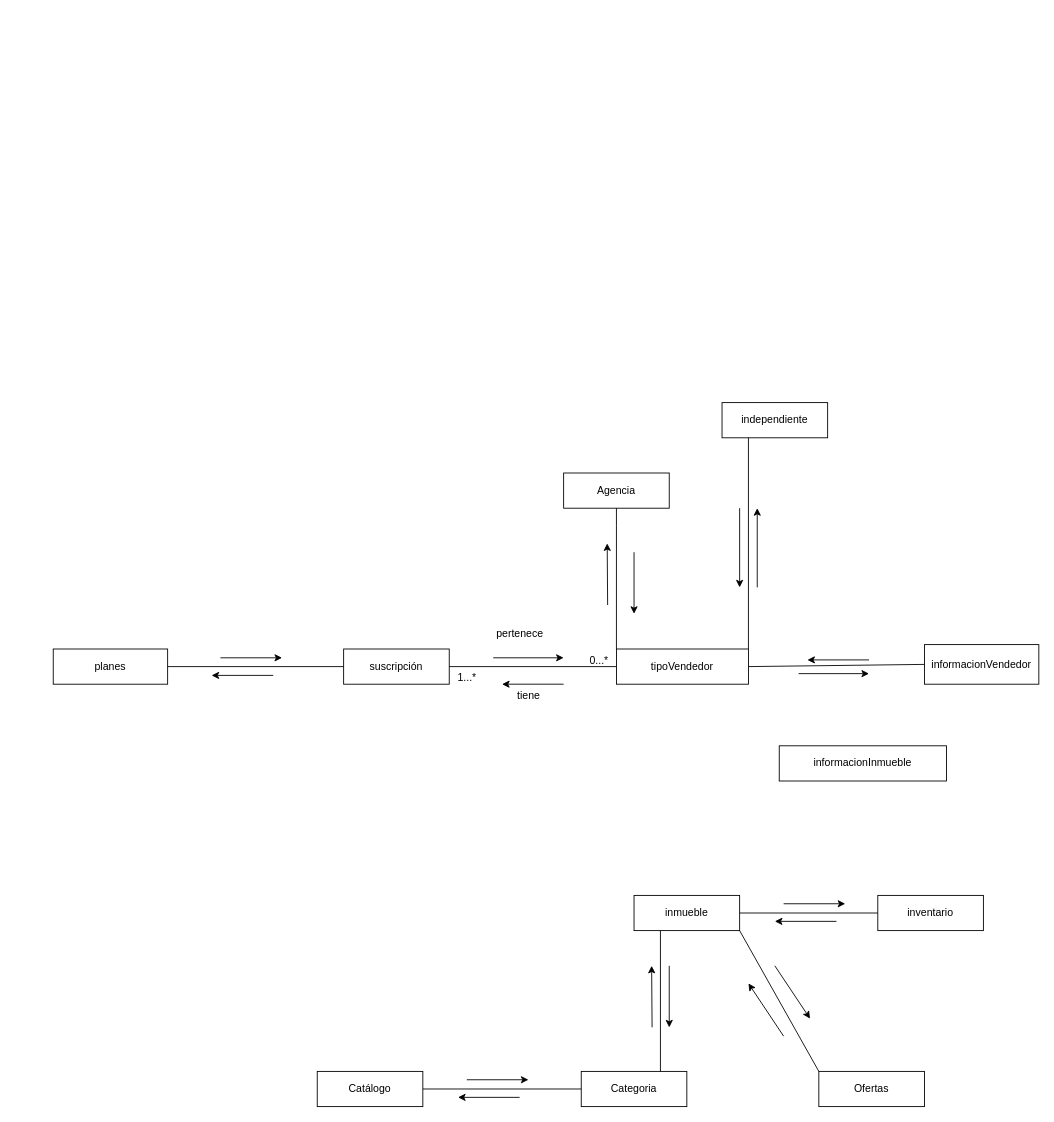
Earlier version of the draw.io diagram page "ModeloDominioAnemico" (2 of 2) of CatalogoPropiedades_Diseño.drawio (M4rced/ExtraClassDOO). Source tidied: cells renumbered, new cells numbered last; positions are measured from the earlier drawing's top-left corner, leaving out a move shared by most shapes. Both pictures are drawn from the tidied source at 88%, with x=0, y=0 at pixel (53, 402).
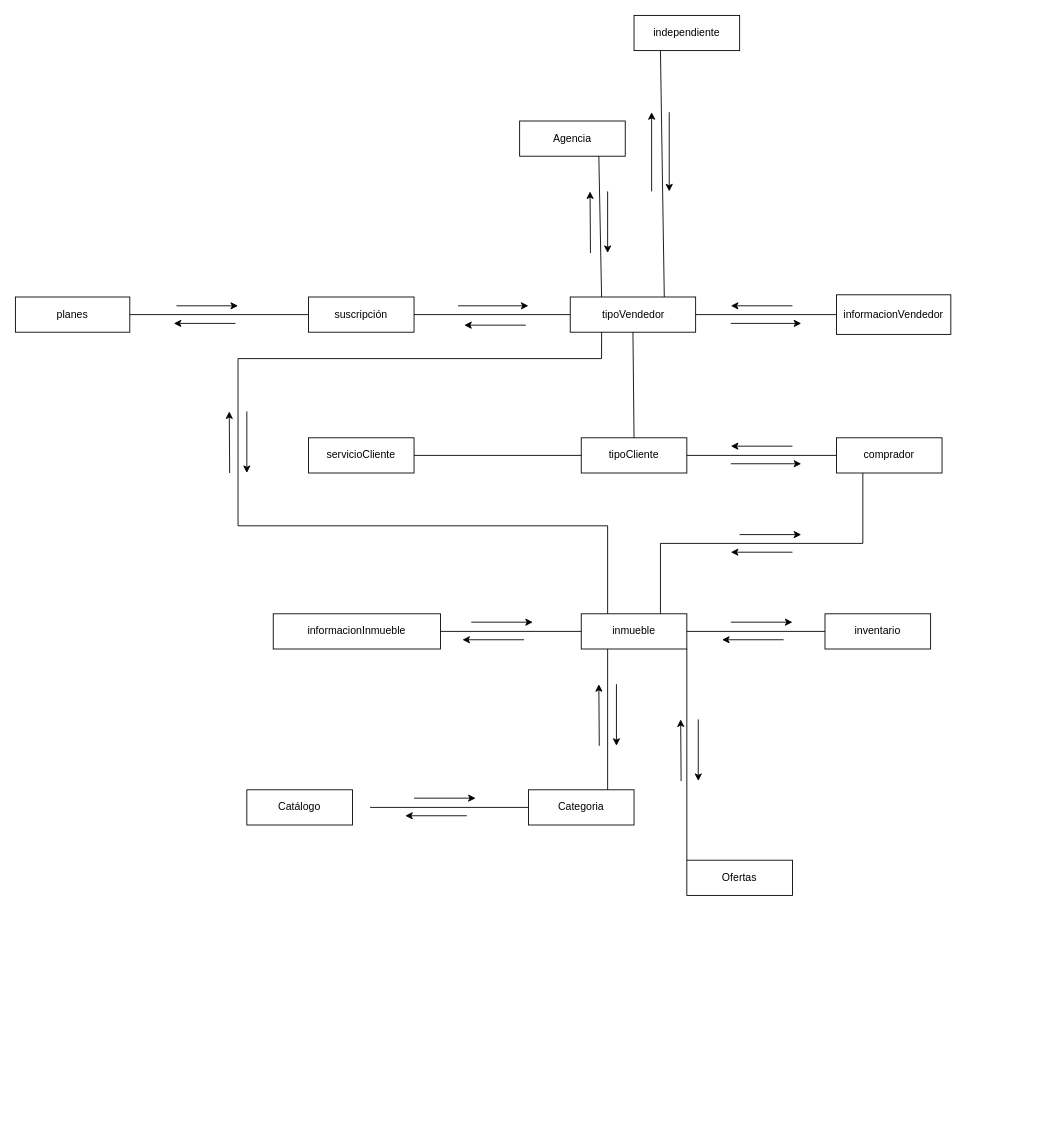
The same diagram, later.

Diff of the diagram source:
```diff
@@
     <mxCell id="2" value="Catálogo" style="rounded=0;whiteSpace=wrap;html=1;" parent="1" vertex="1">
-      <mxGeometry x="300" y="760" width="120" height="40" as="geometry" />
+      <mxGeometry x="220" y="440" width="120" height="40" as="geometry" />
     </mxCell>
     <mxCell id="3" value="Categoria" style="rounded=0;whiteSpace=wrap;html=1;" parent="1" vertex="1">
-      <mxGeometry x="600" y="760" width="120" height="40" as="geometry" />
+      <mxGeometry x="540" y="440" width="120" height="40" as="geometry" />
     </mxCell>
     <mxCell id="4" value="tipoVendedor" style="rounded=0;whiteSpace=wrap;html=1;" parent="1" vertex="1">
-      <mxGeometry x="640" y="280" width="150" height="40" as="geometry" />
+      <mxGeometry x="587.5" y="-120" width="142.5" height="40" as="geometry" />
     </mxCell>
     <mxCell id="5" value="Ofertas" style="rounded=0;whiteSpace=wrap;html=1;" parent="1" vertex="1">
-      <mxGeometry x="870" y="760" width="120" height="40" as="geometry" />
+      <mxGeometry x="720" y="520" width="120" height="40" as="geometry" />
     </mxCell>
     <mxCell id="6" value="inventario" style="rounded=0;whiteSpace=wrap;html=1;" parent="1" vertex="1">
-      <mxGeometry x="937" y="560" width="120" height="40" as="geometry" />
+      <mxGeometry x="877" y="240" width="120" height="40" as="geometry" />
     </mxCell>
     <mxCell id="7" value="suscripción" style="rounded=0;whiteSpace=wrap;html=1;" parent="1" vertex="1">
-      <mxGeometry x="330" y="280" width="120" height="40" as="geometry" />
+      <mxGeometry x="290" y="-120" width="120" height="40" as="geometry" />
     </mxCell>
     <mxCell id="8" value="planes" style="rounded=0;whiteSpace=wrap;html=1;" parent="1" vertex="1">
-      <mxGeometry y="280" width="130" height="40" as="geometry" />
+      <mxGeometry x="-43" y="-120" width="130" height="40" as="geometry" />
     </mxCell>
     <mxCell id="9" value="informacionVendedor" style="rounded=0;whiteSpace=wrap;html=1;" parent="1" vertex="1">
-      <mxGeometry x="990" y="275" width="130" height="45" as="geometry" />
+      <mxGeometry x="890" y="-122.5" width="130" height="45" as="geometry" />
     </mxCell>
+    <mxCell id="45" style="edgeStyle=orthogonalEdgeStyle;rounded=0;jettySize=auto;html=1;exitX=0.25;exitY=0;exitDx=0;exitDy=0;entryX=0.25;entryY=1;entryDx=0;entryDy=0;endArrow=none;endFill=0;" parent="1" edge="1" source="10" target="4">
+      <mxGeometry relative="1" as="geometry">
+        <Array as="points">
+          <mxPoint x="630" y="140" />
+          <mxPoint x="210" y="140" />
+          <mxPoint x="210" y="-50" />
+          <mxPoint x="623" y="-50" />
+        </Array>
+      </mxGeometry>
+    </mxCell>
+    <mxCell id="46" style="edgeStyle=orthogonalEdgeStyle;rounded=0;jettySize=auto;html=1;exitX=0.75;exitY=0;exitDx=0;exitDy=0;entryX=0.25;entryY=1;entryDx=0;entryDy=0;endArrow=none;endFill=0;" parent="1" edge="1" source="10" target="53">
+      <mxGeometry relative="1" as="geometry">
+        <Array as="points">
+          <mxPoint x="690" y="160" />
+          <mxPoint x="920" y="160" />
+        </Array>
+      </mxGeometry>
+    </mxCell>
     <mxCell id="10" value="inmueble" style="rounded=0;whiteSpace=wrap;html=1;" parent="1" vertex="1">
-      <mxGeometry x="660" y="560" width="120" height="40" as="geometry" />
+      <mxGeometry x="600" y="240" width="120" height="40" as="geometry" />
     </mxCell>
@@
     <mxCell id="12" value="Agencia" style="rounded=0;whiteSpace=wrap;html=1;" parent="1" vertex="1">
-      <mxGeometry x="580" y="80" width="120" height="40" as="geometry" />
+      <mxGeometry x="530" y="-320" width="120" height="40" as="geometry" />
     </mxCell>
     <mxCell id="13" value="independiente" style="rounded=0;whiteSpace=wrap;html=1;" parent="1" vertex="1">
-      <mxGeometry x="760" width="120" height="40" as="geometry" />
+      <mxGeometry x="660" y="-440" width="120" height="40" as="geometry" />
     </mxCell>
-    <mxCell id="14" style="endArrow=none;html=1;rounded=0;exitX=0;exitY=0;exitDx=0;exitDy=0;entryX=0.5;entryY=1;entryDx=0;entryDy=0;" parent="1" edge="1" source="4" target="12">
-      <mxGeometry relative="1" as="geometry">
-        <Array as="points">
-          <mxPoint x="640" y="140" />
-        </Array>
-      </mxGeometry>
-    </mxCell>
-    <mxCell id="15" style="endArrow=none;html=1;rounded=0;exitX=1;exitY=0;exitDx=0;exitDy=0;entryX=0.25;entryY=1;entryDx=0;entryDy=0;" parent="1" edge="1" source="4" target="13">
+    <mxCell id="15" style="endArrow=none;html=1;rounded=0;exitX=0.75;exitY=0;exitDx=0;exitDy=0;entryX=0.25;entryY=1;entryDx=0;entryDy=0;" parent="1" edge="1" source="4" target="13">
       <mxGeometry relative="1" as="geometry" />
     </mxCell>
-    <mxCell id="16" style="endArrow=none;html=1;rounded=0;entryX=0;entryY=0.5;entryDx=0;entryDy=0;exitX=1;exitY=0.5;exitDx=0;exitDy=0;" parent="1" edge="1" source="7" target="4">
-      <mxGeometry relative="1" as="geometry" />
-    </mxCell>
@@
     <mxCell id="18" style="endArrow=classic;html=1;rounded=0;" parent="1" edge="1">
       <mxGeometry relative="1" as="geometry">
-        <mxPoint x="630" y="230" as="sourcePoint" />
-        <mxPoint x="629.5" y="160" as="targetPoint" />
+        <mxPoint x="610.5" y="-170" as="sourcePoint" />
+        <mxPoint x="610" y="-240" as="targetPoint" />
       </mxGeometry>
     </mxCell>
     <mxCell id="19" style="endArrow=classic;html=1;rounded=0;" parent="1" edge="1">
       <mxGeometry relative="1" as="geometry">
-        <mxPoint x="700" y="640" as="sourcePoint" />
-        <mxPoint x="700" y="710" as="targetPoint" />
+        <mxPoint x="640" y="320" as="sourcePoint" />
+        <mxPoint x="640" y="390" as="targetPoint" />
       </mxGeometry>
     </mxCell>
     <mxCell id="20" style="endArrow=classic;html=1;rounded=0;" parent="1" edge="1">
       <mxGeometry relative="1" as="geometry">
-        <mxPoint x="800" y="210" as="sourcePoint" />
-        <mxPoint x="800" y="120" as="targetPoint" />
+        <mxPoint x="680" y="-240" as="sourcePoint" />
+        <mxPoint x="680" y="-330" as="targetPoint" />
       </mxGeometry>
     </mxCell>
     <mxCell id="21" style="endArrow=classic;html=1;rounded=0;" parent="1" edge="1">
       <mxGeometry relative="1" as="geometry">
-        <mxPoint x="780" y="120" as="sourcePoint" />
-        <mxPoint x="780" y="210" as="targetPoint" />
+        <mxPoint x="700" y="-330" as="sourcePoint" />
+        <mxPoint x="700" y="-240" as="targetPoint" />
       </mxGeometry>
     </mxCell>
     <mxCell id="22" style="endArrow=classic;html=1;rounded=0;" parent="1" edge="1">
       <mxGeometry relative="1" as="geometry">
-        <mxPoint x="500" y="290" as="sourcePoint" />
-        <mxPoint x="580" y="290" as="targetPoint" />
+        <mxPoint x="460" y="-110" as="sourcePoint" />
+        <mxPoint x="540" y="-110" as="targetPoint" />
       </mxGeometry>
     </mxCell>
     <mxCell id="23" style="endArrow=classic;html=1;rounded=0;" parent="1" edge="1">
       <mxGeometry relative="1" as="geometry">
-        <mxPoint x="927" y="292.4" as="sourcePoint" />
-        <mxPoint x="857" y="292.4" as="targetPoint" />
+        <mxPoint x="840" y="-110" as="sourcePoint" />
+        <mxPoint x="770" y="-110" as="targetPoint" />
         <Array as="points">
-          <mxPoint x="927" y="292.4" />
+          <mxPoint x="840" y="-110" />
         </Array>
       </mxGeometry>
     </mxCell>
     <mxCell id="24" style="endArrow=classic;html=1;rounded=0;" parent="1" edge="1">
       <mxGeometry relative="1" as="geometry">
-        <mxPoint x="190" y="290" as="sourcePoint" />
-        <mxPoint x="260" y="290" as="targetPoint" />
+        <mxPoint x="140" y="-110" as="sourcePoint" />
+        <mxPoint x="210" y="-110" as="targetPoint" />
       </mxGeometry>
     </mxCell>
     <mxCell id="25" style="endArrow=classic;html=1;rounded=0;" parent="1" edge="1">
       <mxGeometry relative="1" as="geometry">
-        <mxPoint x="250" y="310" as="sourcePoint" />
-        <mxPoint x="180" y="310" as="targetPoint" />
+        <mxPoint x="207" y="-90" as="sourcePoint" />
+        <mxPoint x="137" y="-90" as="targetPoint" />
       </mxGeometry>
     </mxCell>
     <mxCell id="26" style="endArrow=none;html=1;rounded=0;entryX=0;entryY=0.5;entryDx=0;entryDy=0;" parent="1" edge="1" target="6">
       <mxGeometry relative="1" as="geometry">
-        <mxPoint x="780" y="580" as="sourcePoint" />
+        <mxPoint x="720" y="260" as="sourcePoint" />
       </mxGeometry>
     </mxCell>
     <mxCell id="27" style="endArrow=none;html=1;rounded=0;entryX=0;entryY=0.5;entryDx=0;entryDy=0;" parent="1" edge="1" target="3">
       <mxGeometry relative="1" as="geometry">
-        <mxPoint x="420" y="780" as="sourcePoint" />
+        <mxPoint x="360" y="460" as="sourcePoint" />
       </mxGeometry>
     </mxCell>
     <mxCell id="28" style="endArrow=classic;html=1;rounded=0;" parent="1" edge="1">
       <mxGeometry relative="1" as="geometry">
-        <mxPoint x="470" y="769.5" as="sourcePoint" />
-        <mxPoint x="540" y="769.5" as="targetPoint" />
+        <mxPoint x="410" y="449.5" as="sourcePoint" />
+        <mxPoint x="480" y="449.5" as="targetPoint" />
       </mxGeometry>
     </mxCell>
     <mxCell id="29" style="endArrow=classic;html=1;rounded=0;" parent="1" edge="1">
       <mxGeometry relative="1" as="geometry">
-        <mxPoint x="530" y="789.5" as="sourcePoint" />
-        <mxPoint x="460" y="789.5" as="targetPoint" />
+        <mxPoint x="470" y="469.5" as="sourcePoint" />
+        <mxPoint x="400" y="469.5" as="targetPoint" />
       </mxGeometry>
     </mxCell>
     <mxCell id="30" style="endArrow=classic;html=1;rounded=0;" parent="1" edge="1">
       <mxGeometry relative="1" as="geometry">
-        <mxPoint x="680.5" y="710" as="sourcePoint" />
-        <mxPoint x="680" y="640" as="targetPoint" />
+        <mxPoint x="620.5" y="390" as="sourcePoint" />
+        <mxPoint x="620" y="320" as="targetPoint" />
       </mxGeometry>
     </mxCell>
     <mxCell id="31" style="endArrow=classic;html=1;rounded=0;" parent="1" edge="1">
       <mxGeometry relative="1" as="geometry">
-        <mxPoint x="660" y="170" as="sourcePoint" />
-        <mxPoint x="660" y="240" as="targetPoint" />
+        <mxPoint x="630" y="-240" as="sourcePoint" />
+        <mxPoint x="630" y="-170" as="targetPoint" />
       </mxGeometry>
     </mxCell>
     <mxCell id="32" style="endArrow=classic;html=1;rounded=0;" parent="1" edge="1">
       <mxGeometry relative="1" as="geometry">
-        <mxPoint x="830" y="569.5" as="sourcePoint" />
-        <mxPoint x="900" y="569.5" as="targetPoint" />
+        <mxPoint x="770" y="249.5" as="sourcePoint" />
+        <mxPoint x="840" y="249.5" as="targetPoint" />
       </mxGeometry>
     </mxCell>
     <mxCell id="33" style="endArrow=classic;html=1;rounded=0;" parent="1" edge="1">
       <mxGeometry relative="1" as="geometry">
-        <mxPoint x="890" y="589.5" as="sourcePoint" />
-        <mxPoint x="820" y="589.5" as="targetPoint" />
+        <mxPoint x="830" y="269.5" as="sourcePoint" />
+        <mxPoint x="760" y="269.5" as="targetPoint" />
       </mxGeometry>
     </mxCell>
@@
-    <mxCell id="35" style="endArrow=classic;html=1;rounded=0;" parent="1" edge="1">
-      <mxGeometry relative="1" as="geometry">
-        <mxPoint x="830" y="720" as="sourcePoint" />
-        <mxPoint x="790" y="660" as="targetPoint" />
-      </mxGeometry>
-    </mxCell>
-    <mxCell id="36" style="endArrow=classic;html=1;rounded=0;" parent="1" edge="1">
-      <mxGeometry relative="1" as="geometry">
-        <mxPoint x="820" y="640" as="sourcePoint" />
-        <mxPoint x="860" y="700" as="targetPoint" />
-      </mxGeometry>
-    </mxCell>
-    <mxCell id="37" style="endArrow=none;html=1;rounded=0;entryX=0;entryY=0.5;entryDx=0;entryDy=0;exitX=1;exitY=0.5;exitDx=0;exitDy=0;" parent="1" edge="1" source="4" target="9">
-      <mxGeometry relative="1" as="geometry" />
-    </mxCell>
     <mxCell id="38" style="endArrow=classic;html=1;rounded=0;" parent="1" edge="1">
       <mxGeometry relative="1" as="geometry">
-        <mxPoint x="847" y="308" as="sourcePoint" />
-        <mxPoint x="927" y="308" as="targetPoint" />
+        <mxPoint x="770" y="-90" as="sourcePoint" />
+        <mxPoint x="850" y="-90" as="targetPoint" />
       </mxGeometry>
     </mxCell>
     <mxCell id="39" style="endArrow=classic;html=1;rounded=0;" parent="1" edge="1">
       <mxGeometry relative="1" as="geometry">
-        <mxPoint x="580" y="320" as="sourcePoint" />
-        <mxPoint x="510" y="320" as="targetPoint" />
+        <mxPoint x="537" y="-88" as="sourcePoint" />
+        <mxPoint x="467" y="-88" as="targetPoint" />
         <Array as="points">
-          <mxPoint x="580" y="320" />
+          <mxPoint x="537" y="-88" />
         </Array>
       </mxGeometry>
     </mxCell>
     <mxCell id="40" value="informacionInmueble" style="rounded=0;whiteSpace=wrap;html=1;" parent="1" vertex="1">
-      <mxGeometry x="825" y="390" width="190" height="40" as="geometry" />
+      <mxGeometry x="250" y="240" width="190" height="40" as="geometry" />
     </mxCell>
-    <mxCell id="41" value="1...*" style="text;html=1;align=center;verticalAlign=middle;strokeColor=none;fillColor=none;" parent="1" vertex="1">
-      <mxGeometry x="450" y="298" width="40" height="30" as="geometry" />
-    </mxCell>
-    <mxCell id="42" value="tiene" style="text;html=1;align=center;verticalAlign=middle;strokeColor=none;fillColor=none;" parent="1" vertex="1">
-      <mxGeometry x="515" y="318" width="50" height="30" as="geometry" />
-    </mxCell>
-    <mxCell id="43" value="pertenece" style="text;html=1;align=center;verticalAlign=middle;strokeColor=none;fillColor=none;" parent="1" vertex="1">
-      <mxGeometry x="490" y="248" width="80" height="30" as="geometry" />
-    </mxCell>
-    <mxCell id="44" value="0...*" style="text;html=1;align=center;verticalAlign=middle;strokeColor=none;fillColor=none;" parent="1" vertex="1">
-      <mxGeometry x="600" y="278" width="40" height="30" as="geometry" />
-    </mxCell>
+    <mxCell id="47" style="endArrow=none;html=1;rounded=0;entryX=0;entryY=0.5;entryDx=0;entryDy=0;exitX=1;exitY=0.5;exitDx=0;exitDy=0;" parent="1" edge="1" source="40" target="10">
+      <mxGeometry relative="1" as="geometry" />
+    </mxCell>
+    <mxCell id="48" style="endArrow=classic;html=1;rounded=0;" parent="1" edge="1">
+      <mxGeometry relative="1" as="geometry">
+        <mxPoint x="475" y="249.5" as="sourcePoint" />
+        <mxPoint x="545" y="249.5" as="targetPoint" />
+      </mxGeometry>
+    </mxCell>
+    <mxCell id="49" style="endArrow=classic;html=1;rounded=0;" parent="1" edge="1">
+      <mxGeometry relative="1" as="geometry">
+        <mxPoint x="535" y="269.5" as="sourcePoint" />
+        <mxPoint x="465" y="269.5" as="targetPoint" />
+      </mxGeometry>
+    </mxCell>
+    <mxCell id="50" value="tipoCliente" style="rounded=0;whiteSpace=wrap;html=1;" parent="1" vertex="1">
+      <mxGeometry x="600" y="40" width="120" height="40" as="geometry" />
+    </mxCell>
+    <mxCell id="51" style="endArrow=classic;html=1;rounded=0;" parent="1" edge="1">
+      <mxGeometry relative="1" as="geometry">
+        <mxPoint x="733" y="360" as="sourcePoint" />
+        <mxPoint x="733" y="430" as="targetPoint" />
+      </mxGeometry>
+    </mxCell>
+    <mxCell id="52" style="endArrow=classic;html=1;rounded=0;" parent="1" edge="1">
+      <mxGeometry relative="1" as="geometry">
+        <mxPoint x="713.5" y="430" as="sourcePoint" />
+        <mxPoint x="713" y="360" as="targetPoint" />
+      </mxGeometry>
+    </mxCell>
+    <mxCell id="53" value="comprador" style="rounded=0;whiteSpace=wrap;html=1;" parent="1" vertex="1">
+      <mxGeometry x="890" y="40" width="120" height="40" as="geometry" />
+    </mxCell>
+    <mxCell id="14" style="endArrow=none;html=1;rounded=0;entryX=0.75;entryY=1;entryDx=0;entryDy=0;exitX=0.25;exitY=0;exitDx=0;exitDy=0;" parent="1" edge="1" source="4" target="12">
+      <mxGeometry relative="1" as="geometry" />
+    </mxCell>
+    <mxCell id="16" style="endArrow=none;html=1;rounded=0;entryX=0;entryY=0.5;entryDx=0;entryDy=0;exitX=1;exitY=0.5;exitDx=0;exitDy=0;" parent="1" edge="1" source="7" target="4">
+      <mxGeometry relative="1" as="geometry" />
+    </mxCell>
+    <mxCell id="54" style="endArrow=none;html=1;rounded=0;entryX=0;entryY=0.5;entryDx=0;entryDy=0;exitX=1;exitY=0.5;exitDx=0;exitDy=0;" parent="1" edge="1" source="60" target="50">
+      <mxGeometry relative="1" as="geometry" />
+    </mxCell>
+    <mxCell id="55" style="endArrow=none;html=1;rounded=0;entryX=0;entryY=0.5;entryDx=0;entryDy=0;" parent="1" edge="1" target="9">
+      <mxGeometry relative="1" as="geometry">
+        <mxPoint x="730" y="-100" as="sourcePoint" />
+      </mxGeometry>
+    </mxCell>
+    <mxCell id="56" style="endArrow=none;html=1;rounded=0;entryX=0.5;entryY=1;entryDx=0;entryDy=0;exitX=0.5;exitY=0;exitDx=0;exitDy=0;" parent="1" edge="1" source="50" target="4">
+      <mxGeometry relative="1" as="geometry" />
+    </mxCell>
+    <mxCell id="57" style="endArrow=none;html=1;rounded=0;entryX=0;entryY=0.5;entryDx=0;entryDy=0;" parent="1" edge="1" target="53">
+      <mxGeometry relative="1" as="geometry">
+        <mxPoint x="720" y="60" as="sourcePoint" />
+      </mxGeometry>
+    </mxCell>
+    <mxCell id="58" style="endArrow=classic;html=1;rounded=0;" parent="1" edge="1">
+      <mxGeometry relative="1" as="geometry">
+        <mxPoint x="840" y="49.5" as="sourcePoint" />
+        <mxPoint x="770" y="49.5" as="targetPoint" />
+        <Array as="points">
+          <mxPoint x="840" y="49.5" />
+        </Array>
+      </mxGeometry>
+    </mxCell>
+    <mxCell id="59" style="endArrow=classic;html=1;rounded=0;" parent="1" edge="1">
+      <mxGeometry relative="1" as="geometry">
+        <mxPoint x="770" y="69.5" as="sourcePoint" />
+        <mxPoint x="850" y="69.5" as="targetPoint" />
+      </mxGeometry>
+    </mxCell>
+    <mxCell id="60" value="servicioCliente" style="rounded=0;whiteSpace=wrap;html=1;" parent="1" vertex="1">
+      <mxGeometry x="290" y="40" width="120" height="40" as="geometry" />
+    </mxCell>
+    <mxCell id="61" style="endArrow=classic;html=1;rounded=0;" parent="1" edge="1">
+      <mxGeometry relative="1" as="geometry">
+        <mxPoint x="220" y="10" as="sourcePoint" />
+        <mxPoint x="220" y="80" as="targetPoint" />
+      </mxGeometry>
+    </mxCell>
+    <mxCell id="62" style="endArrow=classic;html=1;rounded=0;" parent="1" edge="1">
+      <mxGeometry relative="1" as="geometry">
+        <mxPoint x="200.5" y="80" as="sourcePoint" />
+        <mxPoint x="200" y="10" as="targetPoint" />
+      </mxGeometry>
+    </mxCell>
+    <mxCell id="63" style="endArrow=classic;html=1;rounded=0;" parent="1" edge="1">
+      <mxGeometry relative="1" as="geometry">
+        <mxPoint x="780" y="150" as="sourcePoint" />
+        <mxPoint x="850" y="150" as="targetPoint" />
+      </mxGeometry>
+    </mxCell>
+    <mxCell id="64" style="endArrow=classic;html=1;rounded=0;" parent="1" edge="1">
+      <mxGeometry relative="1" as="geometry">
+        <mxPoint x="840" y="170" as="sourcePoint" />
+        <mxPoint x="770" y="170" as="targetPoint" />
+      </mxGeometry>
+    </mxCell>
```
